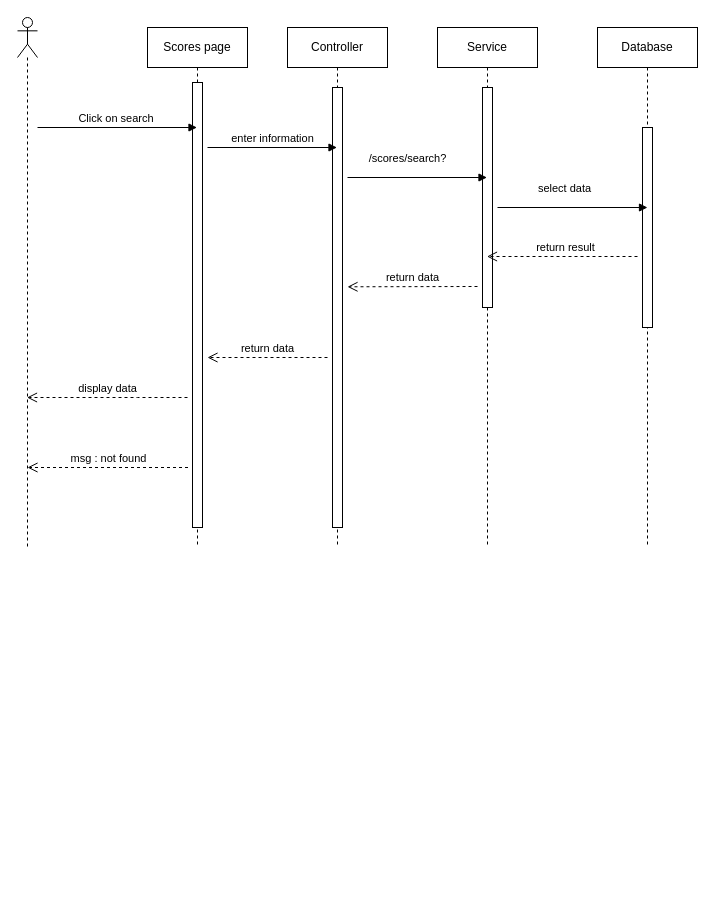
The draw.io diagram page "Page-38" (38 of 39) of Untitled Diagram.drawio in sachvo/CuteXT, before the edit. Source tidied: cells renumbered, new cells numbered last; positions are measured from the earlier drawing's top-left corner, leaving out a move shared by most shapes. Both pictures are drawn from the tidied source at 100%, with x=0, y=0 at pixel (17, 17).
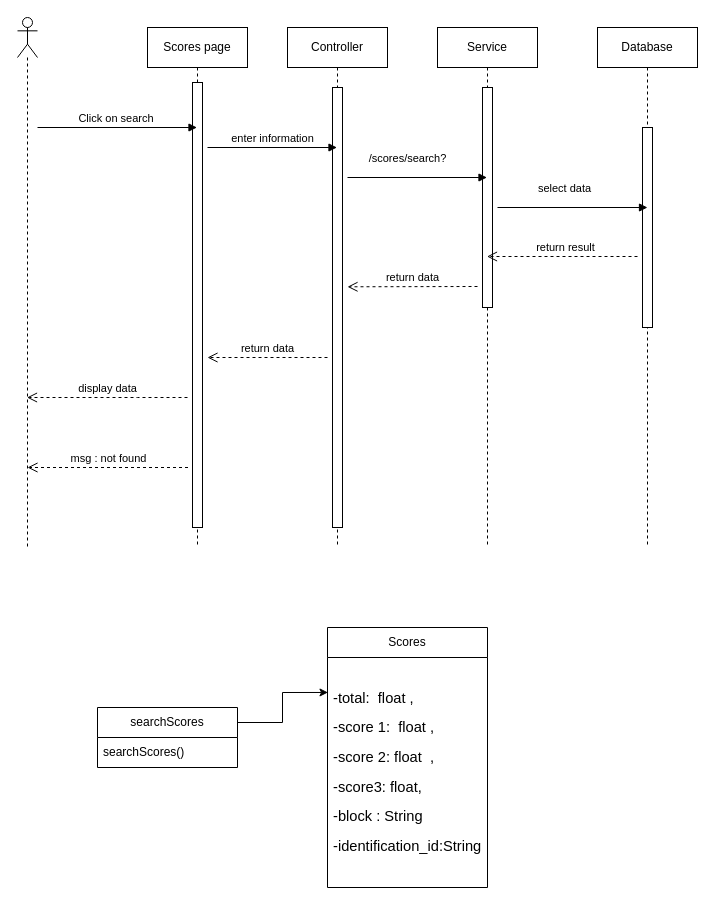
Above is the later version.

Change to the diagram source:
```diff
@@
+    <mxCell id="20" value="searchScores" style="swimlane;fontStyle=0;horizontal=1;startSize=30;whiteSpace=wrap;html=1;" parent="1" vertex="1">
+      <mxGeometry x="80" y="690" width="140" height="60" as="geometry" />
+    </mxCell>
+    <mxCell id="21" value="searchScores()" style="text;strokeColor=none;fillColor=none;align=left;verticalAlign=middle;spacingLeft=4;spacingRight=4;overflow=hidden;whiteSpace=wrap;html=1;" parent="20" vertex="1">
+      <mxGeometry y="30" width="140" height="30" as="geometry" />
+    </mxCell>
+    <mxCell id="22" value="Scores" style="swimlane;fontStyle=0;horizontal=1;startSize=30;whiteSpace=wrap;html=1;" parent="1" vertex="1">
+      <mxGeometry x="310" y="610" width="160" height="260" as="geometry" />
+    </mxCell>
+    <mxCell id="23" value="&lt;span style=&quot;font-variant-numeric: normal; font-variant-east-asian: normal; font-variant-alternates: normal; font-variant-position: normal; background-color: transparent; font-size: 11pt; font-family: Arial, sans-serif; vertical-align: baseline;&quot;&gt;-total:&amp;nbsp; float ,&lt;/span&gt;&lt;p&gt;&lt;/p&gt;&lt;span style=&quot;font-variant-numeric: normal; font-variant-east-asian: normal; font-variant-alternates: normal; font-variant-position: normal; background-color: transparent; font-size: 11pt; font-family: Arial, sans-serif; vertical-align: baseline;&quot;&gt;-score 1:&amp;nbsp; float ,&amp;nbsp;&lt;/span&gt;&lt;p&gt;&lt;/p&gt;&lt;span style=&quot;font-variant-numeric: normal; font-variant-east-asian: normal; font-variant-alternates: normal; font-variant-position: normal; background-color: transparent; font-size: 11pt; font-family: Arial, sans-serif; vertical-align: baseline;&quot;&gt;-score 2: float&amp;nbsp; ,&lt;/span&gt;&lt;p&gt;&lt;/p&gt;&lt;span style=&quot;font-variant-numeric: normal; font-variant-east-asian: normal; font-variant-alternates: normal; font-variant-position: normal; background-color: transparent; font-size: 11pt; font-family: Arial, sans-serif; vertical-align: baseline;&quot;&gt;-score3: float,&amp;nbsp;&amp;nbsp;&lt;/span&gt;&lt;p&gt;&lt;/p&gt;&lt;span style=&quot;font-variant-numeric: normal; font-variant-east-asian: normal; font-variant-alternates: normal; font-variant-position: normal; background-color: transparent; font-size: 11pt; font-family: Arial, sans-serif; vertical-align: baseline;&quot;&gt;-block : String&lt;/span&gt;&lt;p&gt;&lt;/p&gt;&lt;span style=&quot;font-variant-numeric: normal; font-variant-east-asian: normal; font-variant-alternates: normal; font-variant-position: normal; background-color: transparent; font-size: 11pt; font-family: Arial, sans-serif; vertical-align: baseline;&quot;&gt;-identification_id:String&lt;/span&gt;" style="text;strokeColor=none;fillColor=none;align=left;verticalAlign=middle;spacingLeft=4;spacingRight=4;overflow=hidden;points=[[0,0.5],[1,0.5]];portConstraint=eastwest;whiteSpace=wrap;html=1;" parent="22" vertex="1">
+      <mxGeometry y="30" width="160" height="230" as="geometry" />
+    </mxCell>
+    <mxCell id="24" style="edgeStyle=orthogonalEdgeStyle;rounded=0;jettySize=auto;html=1;entryX=0.003;entryY=0.152;entryDx=0;entryDy=0;entryPerimeter=0;exitX=1;exitY=0.25;exitDx=0;exitDy=0;" parent="1" edge="1" source="20" target="23">
+      <mxGeometry relative="1" as="geometry" />
+    </mxCell>
```
